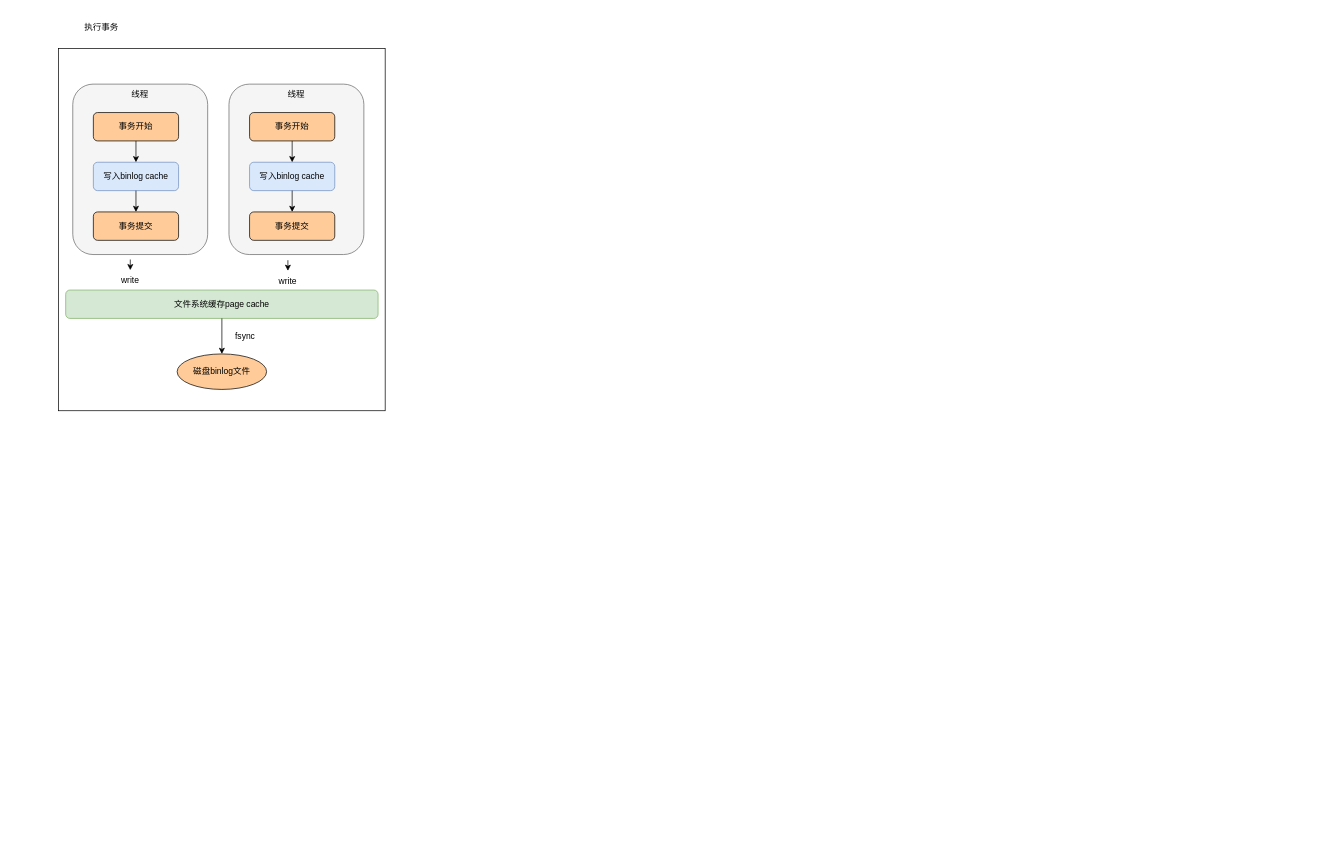
This is mysql日志.drawio from bradyliuY/learn-draw, a draw.io file, before an edit. Source tidied: cells renumbered, new cells numbered last; positions are measured from the earlier drawing's top-left corner, leaving out a move shared by most shapes. Both pictures are drawn from the tidied source at 71%, with x=0, y=0 at pixel (58, 16).
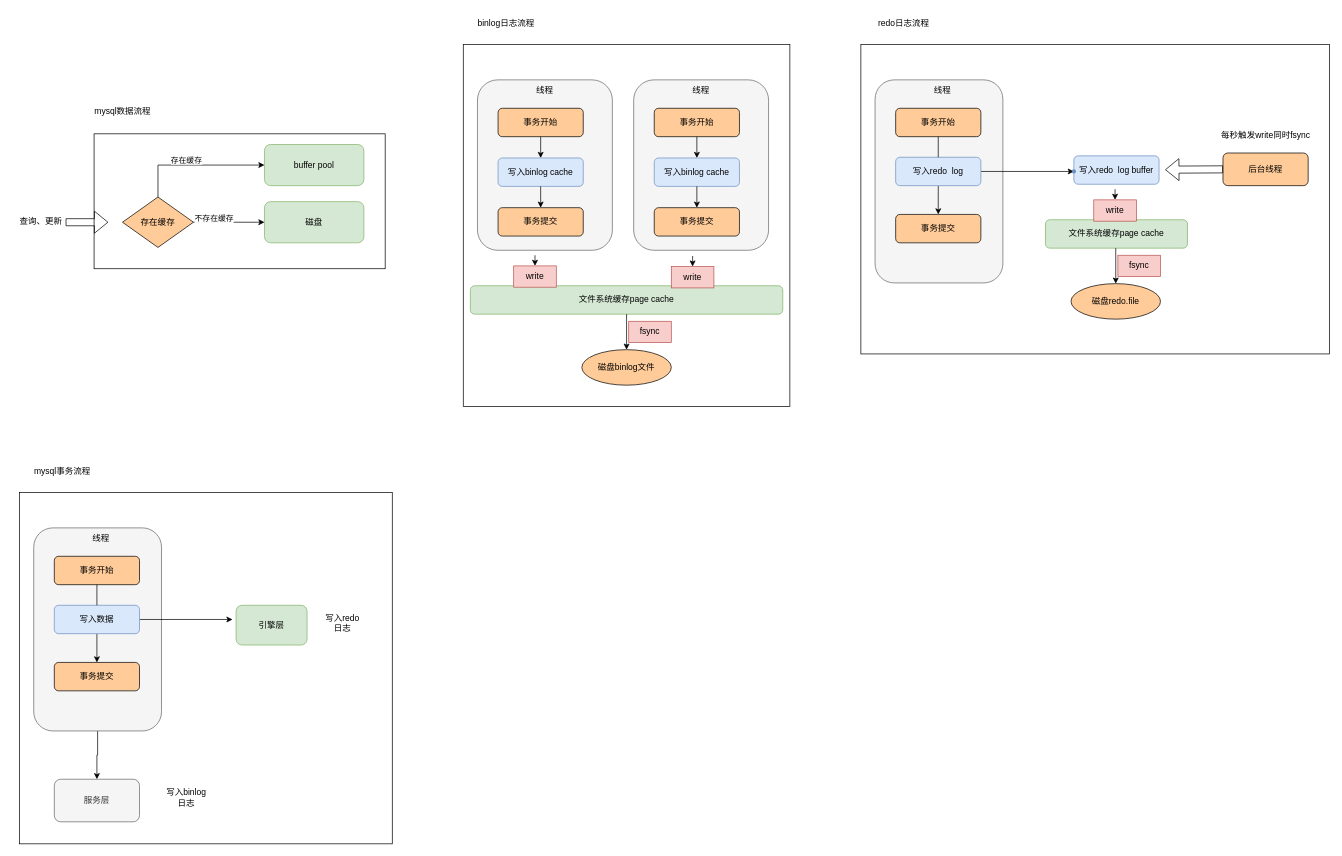
Above is the later version.

Diff of the diagram source:
```diff
@@
     <mxCell id="2" style="rounded=0;whiteSpace=wrap;html=1;" parent="1" vertex="1">
-      <mxGeometry y="45" width="460" height="510" as="geometry" />
+      <mxGeometry x="50" y="165" width="410" height="190" as="geometry" />
     </mxCell>
-    <mxCell id="3" style="rounded=1;whiteSpace=wrap;html=1;fillColor=#f5f5f5;fontColor=#333333;strokeColor=#666666;" parent="1" vertex="1">
-      <mxGeometry x="20" y="95" width="190" height="240" as="geometry" />
-    </mxCell>
-    <mxCell id="4" value="事务开始" style="rounded=1;whiteSpace=wrap;html=1;fillColor=#FFCC99;" parent="1" vertex="1">
-      <mxGeometry x="49" y="135" width="120" height="40" as="geometry" />
-    </mxCell>
-    <mxCell id="5" value="线程" style="text;html=1;strokeColor=none;fillColor=none;align=center;verticalAlign=middle;whiteSpace=wrap;rounded=0;" parent="1" vertex="1">
-      <mxGeometry x="35" y="95" width="160" height="30" as="geometry" />
-    </mxCell>
-    <mxCell id="6" value="写入binlog cache" style="rounded=1;whiteSpace=wrap;html=1;fillColor=#dae8fc;strokeColor=#6c8ebf;" parent="1" vertex="1">
-      <mxGeometry x="49" y="205" width="120" height="40" as="geometry" />
-    </mxCell>
-    <mxCell id="7" value="事务提交" style="rounded=1;whiteSpace=wrap;html=1;fillColor=#FFCC99;" parent="1" vertex="1">
-      <mxGeometry x="49" y="275" width="120" height="40" as="geometry" />
-    </mxCell>
-    <mxCell id="8" value="文件系统缓存page cache" style="rounded=1;whiteSpace=wrap;html=1;fillColor=#d5e8d4;strokeColor=#82b366;" parent="1" vertex="1">
-      <mxGeometry x="10" y="385" width="440" height="40" as="geometry" />
-    </mxCell>
-    <mxCell id="9" value="执行事务" style="text;html=1;align=center;verticalAlign=middle;strokeColor=none;fillColor=none;" parent="1" vertex="1">
-      <mxGeometry x="25" width="70" height="30" as="geometry" />
+    <mxCell id="9" value="mysql数据流程" style="text;html=1;align=center;verticalAlign=middle;strokeColor=none;fillColor=none;" parent="1" vertex="1">
+      <mxGeometry x="40" y="119" width="100" height="30" as="geometry" />
     </mxCell>
+    <mxCell id="26" style="rounded=0;whiteSpace=wrap;html=1;" parent="1" vertex="1">
+      <mxGeometry x="570" y="39" width="460" height="510" as="geometry" />
+    </mxCell>
+    <mxCell id="27" style="rounded=1;whiteSpace=wrap;html=1;fillColor=#f5f5f5;fontColor=#333333;strokeColor=#666666;" parent="1" vertex="1">
+      <mxGeometry x="590" y="89" width="190" height="240" as="geometry" />
+    </mxCell>
+    <mxCell id="28" value="事务开始" style="rounded=1;whiteSpace=wrap;html=1;fillColor=#FFCC99;" parent="1" vertex="1">
+      <mxGeometry x="619" y="129" width="120" height="40" as="geometry" />
+    </mxCell>
+    <mxCell id="29" value="线程" style="text;html=1;strokeColor=none;fillColor=none;align=center;verticalAlign=middle;whiteSpace=wrap;rounded=0;" parent="1" vertex="1">
+      <mxGeometry x="605" y="89" width="160" height="30" as="geometry" />
+    </mxCell>
+    <mxCell id="30" value="写入binlog cache" style="rounded=1;whiteSpace=wrap;html=1;fillColor=#dae8fc;strokeColor=#6c8ebf;" parent="1" vertex="1">
+      <mxGeometry x="619" y="199" width="120" height="40" as="geometry" />
+    </mxCell>
+    <mxCell id="31" value="事务提交" style="rounded=1;whiteSpace=wrap;html=1;fillColor=#FFCC99;" parent="1" vertex="1">
+      <mxGeometry x="619" y="269" width="120" height="40" as="geometry" />
+    </mxCell>
+    <mxCell id="32" value="文件系统缓存page cache" style="rounded=1;whiteSpace=wrap;html=1;fillColor=#d5e8d4;strokeColor=#82b366;" parent="1" vertex="1">
+      <mxGeometry x="580" y="379" width="440" height="40" as="geometry" />
+    </mxCell>
+    <mxCell id="33" value="binlog日志流程" style="text;html=1;align=center;verticalAlign=middle;strokeColor=none;fillColor=none;" parent="1" vertex="1">
+      <mxGeometry x="580" y="-6" width="100" height="30" as="geometry" />
+    </mxCell>
     <mxCell id="10" value="磁盘binlog文件" style="ellipse;whiteSpace=wrap;html=1;fillColor=#FFCC99;" parent="1" vertex="1">
-      <mxGeometry x="167" y="475" width="126" height="50" as="geometry" />
+      <mxGeometry x="737" y="469" width="126" height="50" as="geometry" />
     </mxCell>
-    <mxCell id="11" style="endArrow=classic;html=1;rounded=0;exitX=0.5;exitY=1;exitDx=0;exitDy=0;" parent="1" edge="1" source="4" target="6">
-      <mxGeometry relative="1" as="geometry" />
-    </mxCell>
-    <mxCell id="12" style="endArrow=classic;html=1;rounded=0;exitX=0.5;exitY=1;exitDx=0;exitDy=0;entryX=0.5;entryY=0;entryDx=0;entryDy=0;" parent="1" edge="1" source="6" target="7">
-      <mxGeometry relative="1" as="geometry" />
-    </mxCell>
-    <mxCell id="13" style="rounded=1;whiteSpace=wrap;html=1;fillColor=#f5f5f5;fontColor=#333333;strokeColor=#666666;" parent="1" vertex="1">
-      <mxGeometry x="240" y="95" width="190" height="240" as="geometry" />
-    </mxCell>
-    <mxCell id="14" value="事务开始" style="rounded=1;whiteSpace=wrap;html=1;fillColor=#FFCC99;" parent="1" vertex="1">
-      <mxGeometry x="269" y="135" width="120" height="40" as="geometry" />
-    </mxCell>
-    <mxCell id="15" value="线程" style="text;html=1;strokeColor=none;fillColor=none;align=center;verticalAlign=middle;whiteSpace=wrap;rounded=0;" parent="1" vertex="1">
-      <mxGeometry x="255" y="95" width="160" height="30" as="geometry" />
-    </mxCell>
-    <mxCell id="16" value="写入binlog cache" style="rounded=1;whiteSpace=wrap;html=1;fillColor=#dae8fc;strokeColor=#6c8ebf;" parent="1" vertex="1">
-      <mxGeometry x="269" y="205" width="120" height="40" as="geometry" />
-    </mxCell>
-    <mxCell id="17" value="事务提交" style="rounded=1;whiteSpace=wrap;html=1;fillColor=#FFCC99;" parent="1" vertex="1">
-      <mxGeometry x="269" y="275" width="120" height="40" as="geometry" />
-    </mxCell>
-    <mxCell id="18" style="endArrow=classic;html=1;rounded=0;exitX=0.5;exitY=1;exitDx=0;exitDy=0;" parent="1" edge="1" source="14" target="16">
-      <mxGeometry relative="1" as="geometry" />
-    </mxCell>
-    <mxCell id="19" style="endArrow=classic;html=1;rounded=0;exitX=0.5;exitY=1;exitDx=0;exitDy=0;entryX=0.5;entryY=0;entryDx=0;entryDy=0;" parent="1" edge="1" source="16" target="17">
-      <mxGeometry relative="1" as="geometry" />
-    </mxCell>
-    <mxCell id="20" style="endArrow=classic;html=1;rounded=0;exitX=0.5;exitY=1;exitDx=0;exitDy=0;entryX=0.5;entryY=0;entryDx=0;entryDy=0;" parent="1" edge="1" target="23">
-      <mxGeometry relative="1" as="geometry">
-        <mxPoint x="101" y="342" as="sourcePoint" />
-      </mxGeometry>
-    </mxCell>
-    <mxCell id="21" style="endArrow=classic;html=1;rounded=0;exitX=0.5;exitY=1;exitDx=0;exitDy=0;entryX=0.5;entryY=0;entryDx=0;entryDy=0;" parent="1" edge="1" target="22">
-      <mxGeometry relative="1" as="geometry">
-        <mxPoint x="323" y="343" as="sourcePoint" />
-      </mxGeometry>
-    </mxCell>
-    <mxCell id="22" value="write" style="text;html=1;strokeColor=none;fillColor=none;align=center;verticalAlign=middle;whiteSpace=wrap;rounded=0;" parent="1" vertex="1">
-      <mxGeometry x="293" y="358" width="60" height="30" as="geometry" />
-    </mxCell>
-    <mxCell id="23" value="write" style="text;html=1;strokeColor=none;fillColor=none;align=center;verticalAlign=middle;whiteSpace=wrap;rounded=0;" parent="1" vertex="1">
-      <mxGeometry x="71" y="357" width="60" height="30" as="geometry" />
-    </mxCell>
-    <mxCell id="24" style="endArrow=classic;html=1;rounded=0;entryX=0.5;entryY=0;entryDx=0;entryDy=0;exitX=0.5;exitY=1;exitDx=0;exitDy=0;" parent="1" edge="1" source="8" target="10">
-      <mxGeometry relative="1" as="geometry" />
-    </mxCell>
-    <mxCell id="25" value="fsync" style="text;html=1;strokeColor=none;fillColor=none;align=center;verticalAlign=middle;whiteSpace=wrap;rounded=0;" parent="1" vertex="1">
-      <mxGeometry x="233" y="435" width="60" height="30" as="geometry" />
-    </mxCell>
+    <mxCell id="34" style="endArrow=classic;html=1;rounded=0;exitX=0.5;exitY=1;exitDx=0;exitDy=0;" parent="1" edge="1" source="28" target="30">
+      <mxGeometry relative="1" as="geometry" />
+    </mxCell>
+    <mxCell id="35" style="endArrow=classic;html=1;rounded=0;exitX=0.5;exitY=1;exitDx=0;exitDy=0;entryX=0.5;entryY=0;entryDx=0;entryDy=0;" parent="1" edge="1" source="30" target="31">
+      <mxGeometry relative="1" as="geometry" />
+    </mxCell>
+    <mxCell id="36" style="rounded=1;whiteSpace=wrap;html=1;fillColor=#f5f5f5;fontColor=#333333;strokeColor=#666666;" parent="1" vertex="1">
+      <mxGeometry x="810" y="89" width="190" height="240" as="geometry" />
+    </mxCell>
+    <mxCell id="37" value="事务开始" style="rounded=1;whiteSpace=wrap;html=1;fillColor=#FFCC99;" parent="1" vertex="1">
+      <mxGeometry x="839" y="129" width="120" height="40" as="geometry" />
+    </mxCell>
+    <mxCell id="38" value="线程" style="text;html=1;strokeColor=none;fillColor=none;align=center;verticalAlign=middle;whiteSpace=wrap;rounded=0;" parent="1" vertex="1">
+      <mxGeometry x="825" y="89" width="160" height="30" as="geometry" />
+    </mxCell>
+    <mxCell id="39" value="写入binlog cache" style="rounded=1;whiteSpace=wrap;html=1;fillColor=#dae8fc;strokeColor=#6c8ebf;" parent="1" vertex="1">
+      <mxGeometry x="839" y="199" width="120" height="40" as="geometry" />
+    </mxCell>
+    <mxCell id="40" value="事务提交" style="rounded=1;whiteSpace=wrap;html=1;fillColor=#FFCC99;" parent="1" vertex="1">
+      <mxGeometry x="839" y="269" width="120" height="40" as="geometry" />
+    </mxCell>
+    <mxCell id="41" style="endArrow=classic;html=1;rounded=0;exitX=0.5;exitY=1;exitDx=0;exitDy=0;" parent="1" edge="1" source="37" target="39">
+      <mxGeometry relative="1" as="geometry" />
+    </mxCell>
+    <mxCell id="42" style="endArrow=classic;html=1;rounded=0;exitX=0.5;exitY=1;exitDx=0;exitDy=0;entryX=0.5;entryY=0;entryDx=0;entryDy=0;" parent="1" edge="1" source="39" target="40">
+      <mxGeometry relative="1" as="geometry" />
+    </mxCell>
+    <mxCell id="43" style="endArrow=classic;html=1;rounded=0;exitX=0.5;exitY=1;exitDx=0;exitDy=0;entryX=0.5;entryY=0;entryDx=0;entryDy=0;" parent="1" edge="1" target="46">
+      <mxGeometry relative="1" as="geometry">
+        <mxPoint x="671" y="336" as="sourcePoint" />
+      </mxGeometry>
+    </mxCell>
+    <mxCell id="44" style="endArrow=classic;html=1;rounded=0;exitX=0.5;exitY=1;exitDx=0;exitDy=0;entryX=0.5;entryY=0;entryDx=0;entryDy=0;" parent="1" edge="1" target="45">
+      <mxGeometry relative="1" as="geometry">
+        <mxPoint x="893" y="337" as="sourcePoint" />
+      </mxGeometry>
+    </mxCell>
+    <mxCell id="45" value="write" style="text;html=1;strokeColor=#b85450;fillColor=#f8cecc;align=center;verticalAlign=middle;whiteSpace=wrap;rounded=0;" parent="1" vertex="1">
+      <mxGeometry x="863" y="352" width="60" height="30" as="geometry" />
+    </mxCell>
+    <mxCell id="46" value="write" style="text;html=1;strokeColor=#b85450;fillColor=#f8cecc;align=center;verticalAlign=middle;whiteSpace=wrap;rounded=0;" parent="1" vertex="1">
+      <mxGeometry x="641" y="351" width="60" height="30" as="geometry" />
+    </mxCell>
+    <mxCell id="47" style="endArrow=classic;html=1;rounded=0;entryX=0.5;entryY=0;entryDx=0;entryDy=0;exitX=0.5;exitY=1;exitDx=0;exitDy=0;" parent="1" edge="1" source="32" target="10">
+      <mxGeometry relative="1" as="geometry" />
+    </mxCell>
+    <mxCell id="48" value="fsync" style="text;html=1;strokeColor=#b85450;fillColor=#f8cecc;align=center;verticalAlign=middle;whiteSpace=wrap;rounded=0;" parent="1" vertex="1">
+      <mxGeometry x="803" y="429" width="60" height="30" as="geometry" />
+    </mxCell>
+    <mxCell id="49" style="shape=flexArrow;endArrow=classic;html=1;rounded=0;" parent="1" edge="1">
+      <mxGeometry relative="1" as="geometry">
+        <mxPoint x="10" y="289.5" as="sourcePoint" />
+        <mxPoint x="70" y="289.5" as="targetPoint" />
+      </mxGeometry>
+    </mxCell>
+    <mxCell id="50" value="查询、更新" style="text;html=1;align=center;verticalAlign=middle;strokeColor=none;fillColor=none;" parent="1" vertex="1">
+      <mxGeometry x="-65" y="274" width="80" height="30" as="geometry" />
+    </mxCell>
+    <mxCell id="51" value="buffer pool" style="rounded=1;whiteSpace=wrap;html=1;fillColor=#d5e8d4;strokeColor=#82b366;" parent="1" vertex="1">
+      <mxGeometry x="290" y="180" width="140" height="58" as="geometry" />
+    </mxCell>
+    <mxCell id="52" value="存在缓存" style="rhombus;whiteSpace=wrap;html=1;fillColor=#FFCC99;" parent="1" vertex="1">
+      <mxGeometry x="90" y="254" width="100" height="71" as="geometry" />
+    </mxCell>
+    <mxCell id="53" style="endArrow=classic;html=1;rounded=0;entryX=0;entryY=0.5;entryDx=0;entryDy=0;" parent="1" edge="1" target="51">
+      <mxGeometry relative="1" as="geometry">
+        <mxPoint x="140" y="254" as="sourcePoint" />
+        <Array as="points">
+          <mxPoint x="140" y="209" />
+        </Array>
+      </mxGeometry>
+    </mxCell>
+    <mxCell id="54" value="存在缓存" style="edgeLabel;html=1;align=center;verticalAlign=middle;" parent="53" vertex="1">
+      <mxGeometry x="-0.14" y="8" relative="1" as="geometry" />
+    </mxCell>
+    <mxCell id="55" value="磁盘" style="rounded=1;whiteSpace=wrap;html=1;fillColor=#d5e8d4;strokeColor=#82b366;" parent="1" vertex="1">
+      <mxGeometry x="290" y="260.5" width="140" height="58" as="geometry" />
+    </mxCell>
+    <mxCell id="56" style="endArrow=classic;html=1;rounded=0;exitX=1;exitY=0.5;exitDx=0;exitDy=0;entryX=0;entryY=0.5;entryDx=0;entryDy=0;" parent="1" edge="1" source="52" target="55">
+      <mxGeometry relative="1" as="geometry" />
+    </mxCell>
+    <mxCell id="57" value="不存在缓存" style="edgeLabel;html=1;align=center;verticalAlign=middle;" parent="56" vertex="1">
+      <mxGeometry x="-0.44" y="7" relative="1" as="geometry">
+        <mxPoint y="1" as="offset" />
+      </mxGeometry>
+    </mxCell>
+    <mxCell id="58" style="rounded=0;whiteSpace=wrap;html=1;" parent="1" vertex="1">
+      <mxGeometry x="1130" y="39" width="660" height="436" as="geometry" />
+    </mxCell>
+    <mxCell id="59" style="rounded=1;whiteSpace=wrap;html=1;fillColor=#f5f5f5;fontColor=#333333;strokeColor=#666666;" parent="1" vertex="1">
+      <mxGeometry x="1150" y="89" width="180" height="286" as="geometry" />
+    </mxCell>
+    <mxCell id="60" value="事务开始" style="rounded=1;whiteSpace=wrap;html=1;fillColor=#FFCC99;" parent="1" vertex="1">
+      <mxGeometry x="1179" y="129" width="120" height="40" as="geometry" />
+    </mxCell>
+    <mxCell id="61" value="线程" style="text;html=1;strokeColor=none;fillColor=none;align=center;verticalAlign=middle;whiteSpace=wrap;rounded=0;" parent="1" vertex="1">
+      <mxGeometry x="1165" y="89" width="160" height="30" as="geometry" />
+    </mxCell>
+    <mxCell id="62" value="写入redo&amp;nbsp; log buffer" style="rounded=1;whiteSpace=wrap;html=1;fillColor=#dae8fc;strokeColor=#6c8ebf;" parent="1" vertex="1">
+      <mxGeometry x="1430" y="196" width="120" height="40" as="geometry" />
+    </mxCell>
+    <mxCell id="63" value="事务提交" style="rounded=1;whiteSpace=wrap;html=1;fillColor=#FFCC99;" parent="1" vertex="1">
+      <mxGeometry x="1179" y="278.5" width="120" height="40" as="geometry" />
+    </mxCell>
+    <mxCell id="64" value="文件系统缓存page cache" style="rounded=1;whiteSpace=wrap;html=1;fillColor=#d5e8d4;strokeColor=#82b366;" parent="1" vertex="1">
+      <mxGeometry x="1390" y="286" width="200" height="40" as="geometry" />
+    </mxCell>
+    <mxCell id="65" value="redo日志流程" style="text;html=1;align=center;verticalAlign=middle;strokeColor=none;fillColor=none;" parent="1" vertex="1">
+      <mxGeometry x="1140" y="-6" width="100" height="30" as="geometry" />
+    </mxCell>
+    <mxCell id="66" value="磁盘redo.file" style="ellipse;whiteSpace=wrap;html=1;fillColor=#FFCC99;" parent="1" vertex="1">
+      <mxGeometry x="1426" y="376" width="126" height="50" as="geometry" />
+    </mxCell>
+    <mxCell id="67" style="endArrow=classic;html=1;rounded=0;exitX=0.5;exitY=1;exitDx=0;exitDy=0;entryX=0.5;entryY=0;entryDx=0;entryDy=0;startArrow=none;" parent="1" edge="1" source="76" target="63">
+      <mxGeometry relative="1" as="geometry" />
+    </mxCell>
+    <mxCell id="68" style="endArrow=classic;html=1;rounded=0;exitX=0.5;exitY=1;exitDx=0;exitDy=0;entryX=0.5;entryY=0;entryDx=0;entryDy=0;" parent="1" edge="1" target="69">
+      <mxGeometry relative="1" as="geometry">
+        <mxPoint x="1488" y="243" as="sourcePoint" />
+      </mxGeometry>
+    </mxCell>
+    <mxCell id="69" value="write" style="text;html=1;strokeColor=#b85450;fillColor=#f8cecc;align=center;verticalAlign=middle;whiteSpace=wrap;rounded=0;" parent="1" vertex="1">
+      <mxGeometry x="1458" y="258" width="60" height="30" as="geometry" />
+    </mxCell>
+    <mxCell id="70" style="endArrow=classic;html=1;rounded=0;entryX=0.5;entryY=0;entryDx=0;entryDy=0;exitX=0.5;exitY=1;exitDx=0;exitDy=0;" parent="1" edge="1" target="66">
+      <mxGeometry relative="1" as="geometry">
+        <mxPoint x="1489" y="326" as="sourcePoint" />
+      </mxGeometry>
+    </mxCell>
+    <mxCell id="71" value="fsync" style="text;html=1;strokeColor=#b85450;fillColor=#f8cecc;align=center;verticalAlign=middle;whiteSpace=wrap;rounded=0;" parent="1" vertex="1">
+      <mxGeometry x="1492" y="336" width="60" height="30" as="geometry" />
+    </mxCell>
+    <mxCell id="72" value="后台线程" style="rounded=1;whiteSpace=wrap;html=1;fillColor=#FFCC99;" parent="1" vertex="1">
+      <mxGeometry x="1640" y="192" width="120" height="46" as="geometry" />
+    </mxCell>
+    <mxCell id="73" value="每秒触发write同时fsync" style="text;html=1;align=center;verticalAlign=middle;strokeColor=none;fillColor=none;" parent="1" vertex="1">
+      <mxGeometry x="1625" y="152" width="150" height="30" as="geometry" />
+    </mxCell>
+    <mxCell id="74" style="shape=flexArrow;endArrow=classic;html=1;rounded=0;exitX=0;exitY=0.5;exitDx=0;exitDy=0;entryX=1.071;entryY=0.488;entryDx=0;entryDy=0;entryPerimeter=0;" parent="1" edge="1" source="72" target="62">
+      <mxGeometry relative="1" as="geometry" />
+    </mxCell>
+    <mxCell id="75" style="edgeStyle=orthogonalEdgeStyle;rounded=0;jettySize=auto;html=1;" parent="1" edge="1" source="76" target="78">
+      <mxGeometry relative="1" as="geometry" />
+    </mxCell>
+    <mxCell id="76" value="写入redo&amp;nbsp; log" style="rounded=1;whiteSpace=wrap;html=1;fillColor=#dae8fc;strokeColor=#6c8ebf;" parent="1" vertex="1">
+      <mxGeometry x="1179" y="198" width="120" height="40" as="geometry" />
+    </mxCell>
+    <mxCell id="77" style="endArrow=none;html=1;rounded=0;exitX=0.5;exitY=1;exitDx=0;exitDy=0;entryX=0.5;entryY=0;entryDx=0;entryDy=0;" parent="1" edge="1" source="60" target="76">
+      <mxGeometry relative="1" as="geometry" />
+    </mxCell>
+    <mxCell id="78" style="shape=waypoint;sketch=0;size=6;points=[];fillColor=#dae8fc;perimeter=centerPerimeter;snapToPoint=1;strokeColor=#6c8ebf;rounded=1;" parent="1" vertex="1">
+      <mxGeometry x="1410" y="198" width="40" height="40" as="geometry" />
+    </mxCell>
+    <mxCell id="79" style="rounded=0;whiteSpace=wrap;html=1;" parent="1" vertex="1">
+      <mxGeometry x="-55" y="670" width="525" height="495" as="geometry" />
+    </mxCell>
+    <mxCell id="80" style="edgeStyle=orthogonalEdgeStyle;rounded=0;jettySize=auto;html=1;" parent="1" edge="1" source="81" target="91">
+      <mxGeometry relative="1" as="geometry" />
+    </mxCell>
+    <mxCell id="81" style="rounded=1;whiteSpace=wrap;html=1;fillColor=#f5f5f5;fontColor=#333333;strokeColor=#666666;" parent="1" vertex="1">
+      <mxGeometry x="-35" y="720" width="180" height="286" as="geometry" />
+    </mxCell>
+    <mxCell id="82" value="事务开始" style="rounded=1;whiteSpace=wrap;html=1;fillColor=#FFCC99;" parent="1" vertex="1">
+      <mxGeometry x="-6" y="760" width="120" height="40" as="geometry" />
+    </mxCell>
+    <mxCell id="83" value="线程" style="text;html=1;strokeColor=none;fillColor=none;align=center;verticalAlign=middle;whiteSpace=wrap;rounded=0;" parent="1" vertex="1">
+      <mxGeometry x="-20" y="720" width="160" height="30" as="geometry" />
+    </mxCell>
+    <mxCell id="84" value="事务提交" style="rounded=1;whiteSpace=wrap;html=1;fillColor=#FFCC99;" parent="1" vertex="1">
+      <mxGeometry x="-6" y="909.5" width="120" height="40" as="geometry" />
+    </mxCell>
+    <mxCell id="85" value="引擎层" style="rounded=1;whiteSpace=wrap;html=1;fillColor=#d5e8d4;strokeColor=#82b366;" parent="1" vertex="1">
+      <mxGeometry x="250" y="829" width="100" height="56" as="geometry" />
+    </mxCell>
+    <mxCell id="86" value="mysql事务流程" style="text;html=1;align=center;verticalAlign=middle;strokeColor=none;fillColor=none;" parent="1" vertex="1">
+      <mxGeometry x="-45" y="625" width="100" height="30" as="geometry" />
+    </mxCell>
+    <mxCell id="87" style="endArrow=classic;html=1;rounded=0;exitX=0.5;exitY=1;exitDx=0;exitDy=0;entryX=0.5;entryY=0;entryDx=0;entryDy=0;startArrow=none;" parent="1" edge="1" source="89" target="84">
+      <mxGeometry relative="1" as="geometry" />
+    </mxCell>
+    <mxCell id="88" style="edgeStyle=orthogonalEdgeStyle;rounded=0;jettySize=auto;html=1;" parent="1" edge="1" source="89">
+      <mxGeometry relative="1" as="geometry">
+        <mxPoint x="245" y="849" as="targetPoint" />
+      </mxGeometry>
+    </mxCell>
+    <mxCell id="89" value="写入数据" style="rounded=1;whiteSpace=wrap;html=1;fillColor=#dae8fc;strokeColor=#6c8ebf;" parent="1" vertex="1">
+      <mxGeometry x="-6" y="829" width="120" height="40" as="geometry" />
+    </mxCell>
+    <mxCell id="90" style="endArrow=none;html=1;rounded=0;exitX=0.5;exitY=1;exitDx=0;exitDy=0;entryX=0.5;entryY=0;entryDx=0;entryDy=0;" parent="1" edge="1" source="82" target="89">
+      <mxGeometry relative="1" as="geometry" />
+    </mxCell>
+    <mxCell id="91" value="服务层" style="whiteSpace=wrap;html=1;fillColor=#f5f5f5;strokeColor=#666666;fontColor=#333333;rounded=1;" parent="1" vertex="1">
+      <mxGeometry x="-6" y="1074" width="120" height="60" as="geometry" />
+    </mxCell>
+    <mxCell id="92" value="写入redo日志" style="text;html=1;strokeColor=none;fillColor=none;align=center;verticalAlign=middle;whiteSpace=wrap;rounded=0;" parent="1" vertex="1">
+      <mxGeometry x="370" y="839" width="60" height="30" as="geometry" />
+    </mxCell>
+    <mxCell id="93" value="写入binlog日志" style="text;html=1;strokeColor=none;fillColor=none;align=center;verticalAlign=middle;whiteSpace=wrap;rounded=0;" parent="1" vertex="1">
+      <mxGeometry x="150" y="1085" width="60" height="30" as="geometry" />
+    </mxCell>
```
